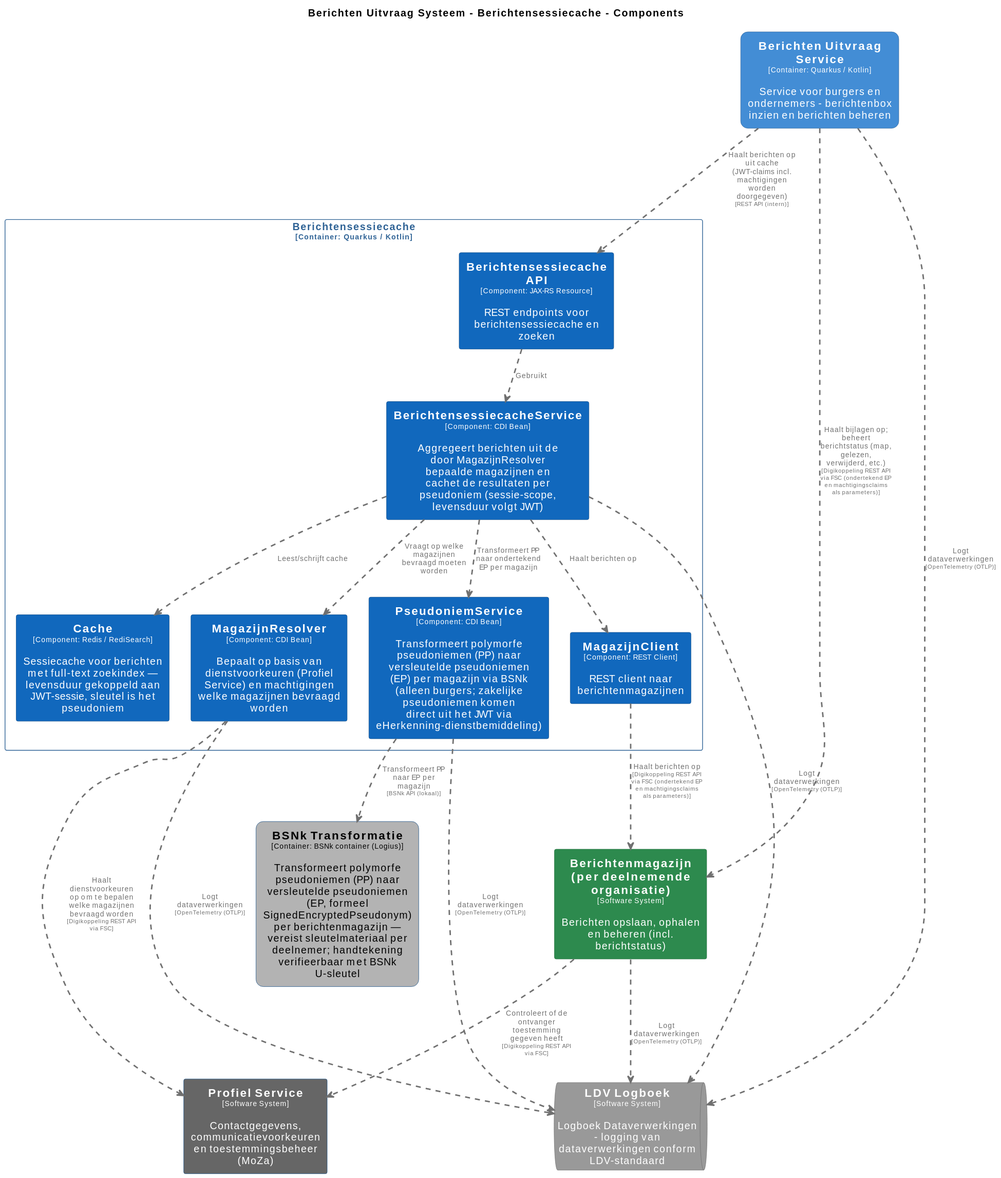
Earlier version of the PlantUML export pr-preview/pr-22/master/svg/BerichtensessiecacheComponenten.svg (MinBZK/moza-poc-fbs-berichtenbox). Its source is kept beside it as pr-preview/pr-22/master/puml/BerichtensessiecacheComponenten.puml.
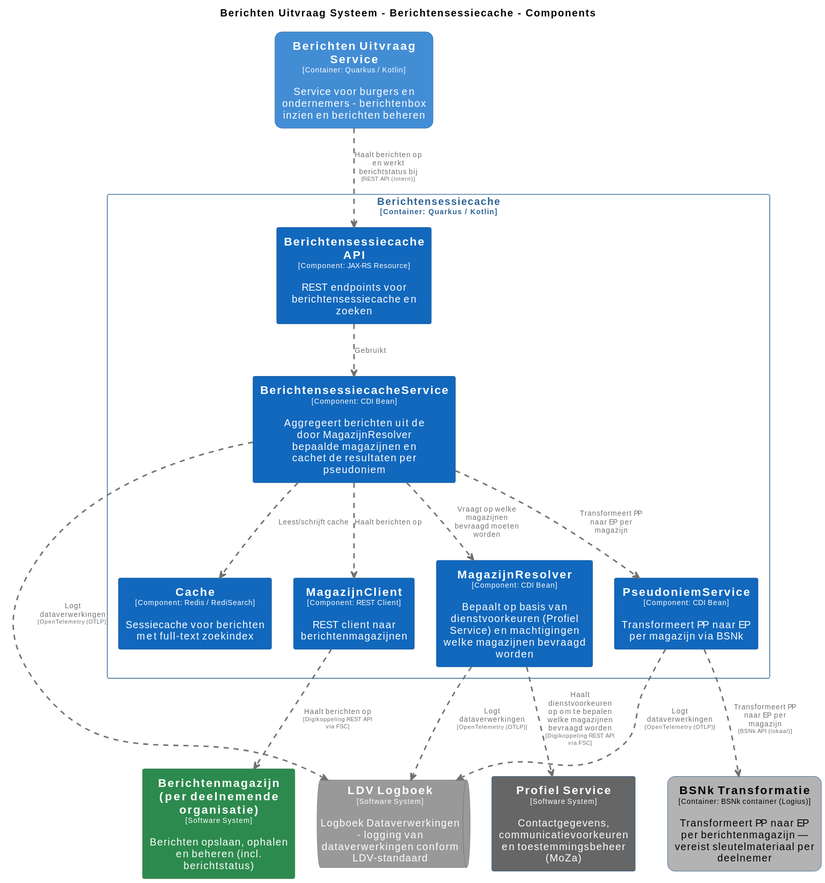
After the change.

The edit, as a diff of the source:
```diff
@@ -92,32 +92,28 @@
 rectangle "==Profiel Service\n<size:10>[Software System]</size>\n\nContactgegevens, communicatievoorkeuren en toestemmingsbeheer (MoZa)" <<ProfielService>> as ProfielService
 rectangle "==Berichtenmagazijn (per deelnemende organisatie)\n<size:10>[Software System]</size>\n\nBerichten opslaan, ophalen en beheren (incl. berichtstatus)" <<Berichtenmagazijnperdeelnemendeorganisatie>> as Berichtenmagazijnperdeelnemendeorganisatie
 rectangle "==Berichten Uitvraag Service\n<size:10>[Container: Quarkus / Kotlin]</size>\n\nService voor burgers en ondernemers - berichtenbox inzien en berichten beheren" <<BerichtenUitvraagSysteem.BerichtenUitvraagService>> as BerichtenUitvraagSysteem.BerichtenUitvraagService
-rectangle "==BSNk Transformatie\n<size:10>[Container: BSNk container (Logius)]</size>\n\nTransformeert polymorfe pseudoniemen (PP) naar versleutelde pseudoniemen (EP, formeel SignedEncryptedPseudonym) per berichtenmagazijn — vereist sleutelmateriaal per deelnemer; handtekening verifieerbaar met BSNk U-sleutel" <<BerichtenUitvraagSysteem.BSNkTransformatie>> as BerichtenUitvraagSysteem.BSNkTransformatie
+rectangle "==BSNk Transformatie\n<size:10>[Container: BSNk container (Logius)]</size>\n\nTransformeert PP naar EP per berichtenmagazijn — vereist sleutelmateriaal per deelnemer" <<BerichtenUitvraagSysteem.BSNkTransformatie>> as BerichtenUitvraagSysteem.BSNkTransformatie
 queue "==LDV Logboek\n<size:10>[Software System]</size>\n\nLogboek Dataverwerkingen - logging van dataverwerkingen conform LDV-standaard" <<LDVLogboek>> as LDVLogboek
 
 rectangle "Berichtensessiecache\n<size:10>[Container: Quarkus / Kotlin]</size>" <<BerichtenUitvraagSysteem.Berichtensessiecache>> {
   rectangle "==Berichtensessiecache API\n<size:10>[Component: JAX-RS Resource]</size>\n\nREST endpoints voor berichtensessiecache en zoeken" <<BerichtenUitvraagSysteem.Berichtensessiecache.BerichtensessiecacheAPI>> as BerichtenUitvraagSysteem.Berichtensessiecache.BerichtensessiecacheAPI
   rectangle "==MagazijnResolver\n<size:10>[Component: CDI Bean]</size>\n\nBepaalt op basis van dienstvoorkeuren (Profiel Service) en machtigingen welke magazijnen bevraagd worden" <<BerichtenUitvraagSysteem.Berichtensessiecache.MagazijnResolver>> as BerichtenUitvraagSysteem.Berichtensessiecache.MagazijnResolver
-  rectangle "==PseudoniemService\n<size:10>[Component: CDI Bean]</size>\n\nTransformeert polymorfe pseudoniemen (PP) naar versleutelde pseudoniemen (EP) per magazijn via BSNk (alleen burgers; zakelijke pseudoniemen komen direct uit het JWT via eHerkenning-dienstbemiddeling)" <<BerichtenUitvraagSysteem.Berichtensessiecache.PseudoniemService>> as BerichtenUitvraagSysteem.Berichtensessiecache.PseudoniemService
-  rectangle "==BerichtensessiecacheService\n<size:10>[Component: CDI Bean]</size>\n\nAggregeert berichten uit de door MagazijnResolver bepaalde magazijnen en cachet de resultaten per pseudoniem (sessie-scope, levensduur volgt JWT)" <<BerichtenUitvraagSysteem.Berichtensessiecache.BerichtensessiecacheService>> as BerichtenUitvraagSysteem.Berichtensessiecache.BerichtensessiecacheService
-  rectangle "==Cache\n<size:10>[Component: Redis / RediSearch]</size>\n\nSessiecache voor berichten met full-text zoekindex — levensduur gekoppeld aan JWT-sessie, sleutel is het pseudoniem" <<BerichtenUitvraagSysteem.Berichtensessiecache.Cache>> as BerichtenUitvraagSysteem.Berichtensessiecache.Cache
+  rectangle "==PseudoniemService\n<size:10>[Component: CDI Bean]</size>\n\nTransformeert PP naar EP per magazijn via BSNk" <<BerichtenUitvraagSysteem.Berichtensessiecache.PseudoniemService>> as BerichtenUitvraagSysteem.Berichtensessiecache.PseudoniemService
+  rectangle "==BerichtensessiecacheService\n<size:10>[Component: CDI Bean]</size>\n\nAggregeert berichten uit de door MagazijnResolver bepaalde magazijnen en cachet de resultaten per pseudoniem" <<BerichtenUitvraagSysteem.Berichtensessiecache.BerichtensessiecacheService>> as BerichtenUitvraagSysteem.Berichtensessiecache.BerichtensessiecacheService
+  rectangle "==Cache\n<size:10>[Component: Redis / RediSearch]</size>\n\nSessiecache voor berichten met full-text zoekindex" <<BerichtenUitvraagSysteem.Berichtensessiecache.Cache>> as BerichtenUitvraagSysteem.Berichtensessiecache.Cache
   rectangle "==MagazijnClient\n<size:10>[Component: REST Client]</size>\n\nREST client naar berichtenmagazijnen" <<BerichtenUitvraagSysteem.Berichtensessiecache.MagazijnClient>> as BerichtenUitvraagSysteem.Berichtensessiecache.MagazijnClient
 }
 
-Berichtenmagazijnperdeelnemendeorganisatie .[#707070,thickness=2].> ProfielService : "<color:#707070>Controleert of de ontvanger toestemming gegeven heeft\n<color:#707070><size:8>[Digikoppeling REST API via FSC]</size>"
 BerichtenUitvraagSysteem.Berichtensessiecache.MagazijnResolver .[#707070,thickness=2].> ProfielService : "<color:#707070>Haalt dienstvoorkeuren op om te bepalen welke magazijnen bevraagd worden\n<color:#707070><size:8>[Digikoppeling REST API via FSC]</size>"
-BerichtenUitvraagSysteem.Berichtensessiecache.MagazijnClient .[#707070,thickness=2].> Berichtenmagazijnperdeelnemendeorganisatie : "<color:#707070>Haalt berichten op\n<color:#707070><size:8>[Digikoppeling REST API via FSC (ondertekend EP en machtigingsclaims als parameters)]</size>"
-Berichtenmagazijnperdeelnemendeorganisatie .[#707070,thickness=2].> LDVLogboek : "<color:#707070>Logt dataverwerkingen\n<color:#707070><size:8>[OpenTelemetry (OTLP)]</size>"
+BerichtenUitvraagSysteem.Berichtensessiecache.MagazijnClient .[#707070,thickness=2].> Berichtenmagazijnperdeelnemendeorganisatie : "<color:#707070>Haalt berichten op\n<color:#707070><size:8>[Digikoppeling REST API via FSC]</size>"
 BerichtenUitvraagSysteem.Berichtensessiecache.BerichtensessiecacheService .[#707070,thickness=2].> LDVLogboek : "<color:#707070>Logt dataverwerkingen\n<color:#707070><size:8>[OpenTelemetry (OTLP)]</size>"
 BerichtenUitvraagSysteem.Berichtensessiecache.MagazijnResolver .[#707070,thickness=2].> LDVLogboek : "<color:#707070>Logt dataverwerkingen\n<color:#707070><size:8>[OpenTelemetry (OTLP)]</size>"
 BerichtenUitvraagSysteem.Berichtensessiecache.PseudoniemService .[#707070,thickness=2].> LDVLogboek : "<color:#707070>Logt dataverwerkingen\n<color:#707070><size:8>[OpenTelemetry (OTLP)]</size>"
-BerichtenUitvraagSysteem.BerichtenUitvraagService .[#707070,thickness=2].> LDVLogboek : "<color:#707070>Logt dataverwerkingen\n<color:#707070><size:8>[OpenTelemetry (OTLP)]</size>"
 BerichtenUitvraagSysteem.Berichtensessiecache.BerichtensessiecacheAPI .[#707070,thickness=2].> BerichtenUitvraagSysteem.Berichtensessiecache.BerichtensessiecacheService : "<color:#707070>Gebruikt"
 BerichtenUitvraagSysteem.Berichtensessiecache.BerichtensessiecacheService .[#707070,thickness=2].> BerichtenUitvraagSysteem.Berichtensessiecache.MagazijnResolver : "<color:#707070>Vraagt op welke magazijnen bevraagd moeten worden"
-BerichtenUitvraagSysteem.Berichtensessiecache.BerichtensessiecacheService .[#707070,thickness=2].> BerichtenUitvraagSysteem.Berichtensessiecache.PseudoniemService : "<color:#707070>Transformeert PP naar ondertekend EP per magazijn"
+BerichtenUitvraagSysteem.Berichtensessiecache.BerichtensessiecacheService .[#707070,thickness=2].> BerichtenUitvraagSysteem.Berichtensessiecache.PseudoniemService : "<color:#707070>Transformeert PP naar EP per magazijn"
 BerichtenUitvraagSysteem.Berichtensessiecache.BerichtensessiecacheService .[#707070,thickness=2].> BerichtenUitvraagSysteem.Berichtensessiecache.Cache : "<color:#707070>Leest/schrijft cache"
 BerichtenUitvraagSysteem.Berichtensessiecache.BerichtensessiecacheService .[#707070,thickness=2].> BerichtenUitvraagSysteem.Berichtensessiecache.MagazijnClient : "<color:#707070>Haalt berichten op"
 BerichtenUitvraagSysteem.Berichtensessiecache.PseudoniemService .[#707070,thickness=2].> BerichtenUitvraagSysteem.BSNkTransformatie : "<color:#707070>Transformeert PP naar EP per magazijn\n<color:#707070><size:8>[BSNk API (lokaal)]</size>"
-BerichtenUitvraagSysteem.BerichtenUitvraagService .[#707070,thickness=2].> BerichtenUitvraagSysteem.Berichtensessiecache.BerichtensessiecacheAPI : "<color:#707070>Haalt berichten op uit cache (JWT-claims incl. machtigingen worden doorgegeven)\n<color:#707070><size:8>[REST API (intern)]</size>"
-BerichtenUitvraagSysteem.BerichtenUitvraagService .[#707070,thickness=2].> Berichtenmagazijnperdeelnemendeorganisatie : "<color:#707070>Haalt bijlagen op; beheert berichtstatus (map, gelezen, verwijderd, etc.)\n<color:#707070><size:8>[Digikoppeling REST API via FSC (ondertekend EP en machtigingsclaims als parameters)]</size>"
+BerichtenUitvraagSysteem.BerichtenUitvraagService .[#707070,thickness=2].> BerichtenUitvraagSysteem.Berichtensessiecache.BerichtensessiecacheAPI : "<color:#707070>Haalt berichten op en werkt berichtstatus bij\n<color:#707070><size:8>[REST API (intern)]</size>"
 @enduml
```
